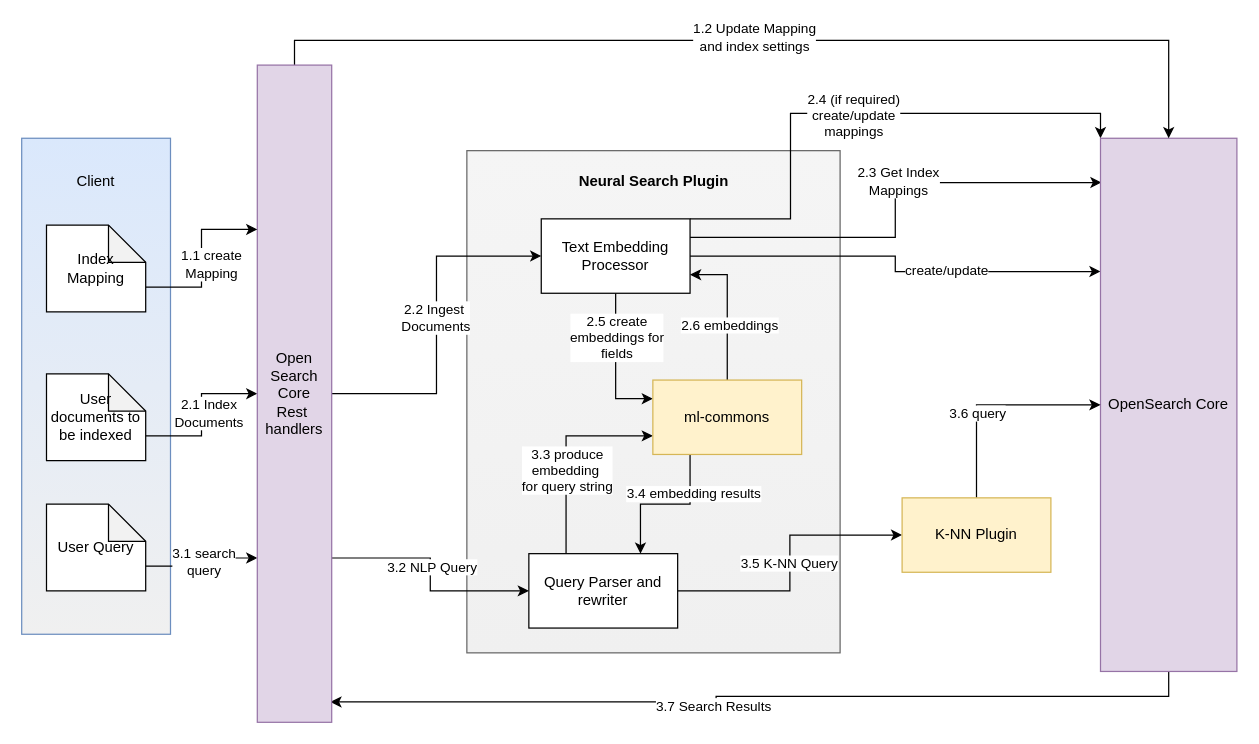
Earlier version of the draw.io diagram OpenSearch/SemanticsSearch.drawio (navneet1v/FlowDiagram). Source tidied: cells renumbered, new cells numbered last; positions are measured from the earlier drawing's top-left corner, leaving out a move shared by most shapes. Both pictures are drawn from the tidied source at 124%, with x=0, y=0 at pixel (21, 64).
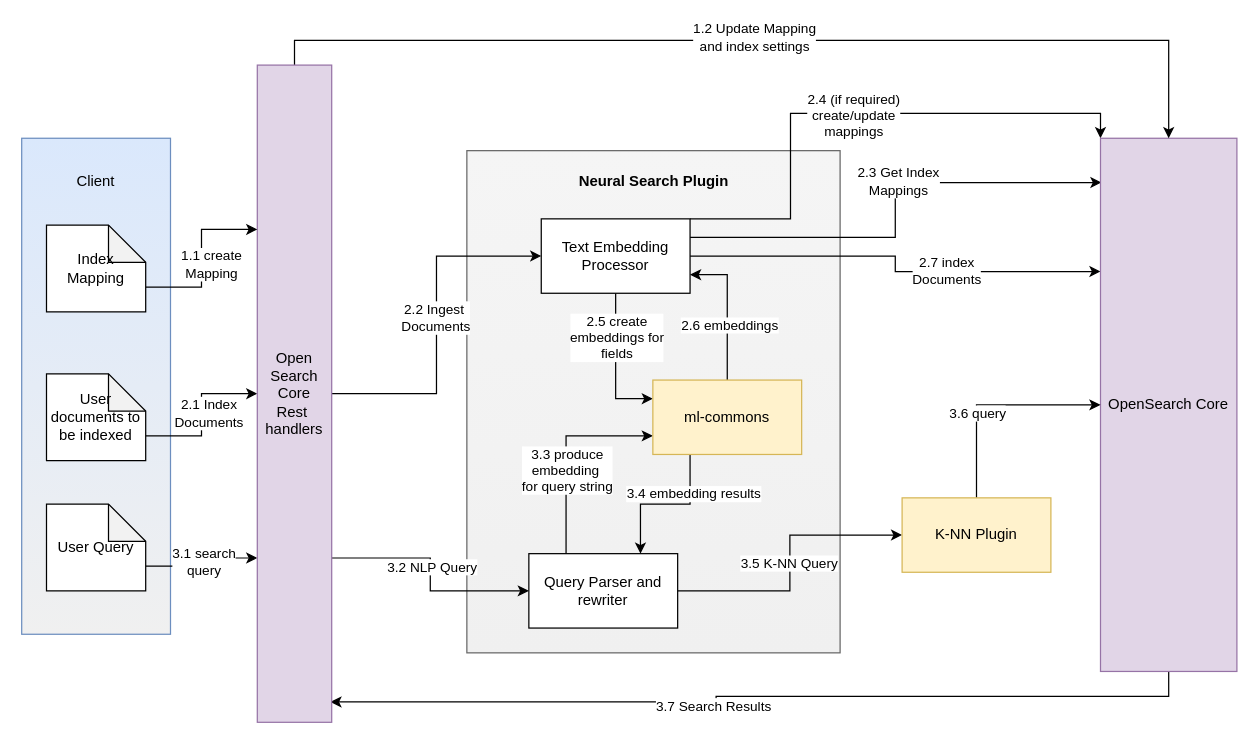
The same diagram, later.

Unchanged cells that the change refers to:
```xml
<mxCell id="6" style="edgeStyle=orthogonalEdgeStyle;rounded=0;jettySize=auto;html=1;exitX=1;exitY=0.5;exitDx=0;exitDy=0;entryX=0;entryY=0.25;entryDx=0;entryDy=0;" parent="1" edge="1" source="10" target="35">
  <mxGeometry relative="1" as="geometry" />
</mxCell>
```

Change to the diagram source:
```diff
@@
-    <mxCell id="7" value="create/update" style="edgeLabel;html=1;align=center;verticalAlign=middle;" parent="6" vertex="1">
+    <mxCell id="7" value="2.7 index&lt;br&gt;Documents" style="edgeLabel;html=1;align=center;verticalAlign=middle;" parent="6" vertex="1">
       <mxGeometry x="0.27" y="1" relative="1" as="geometry">
         <mxPoint x="1" as="offset" />
       </mxGeometry>
     </mxCell>
```
